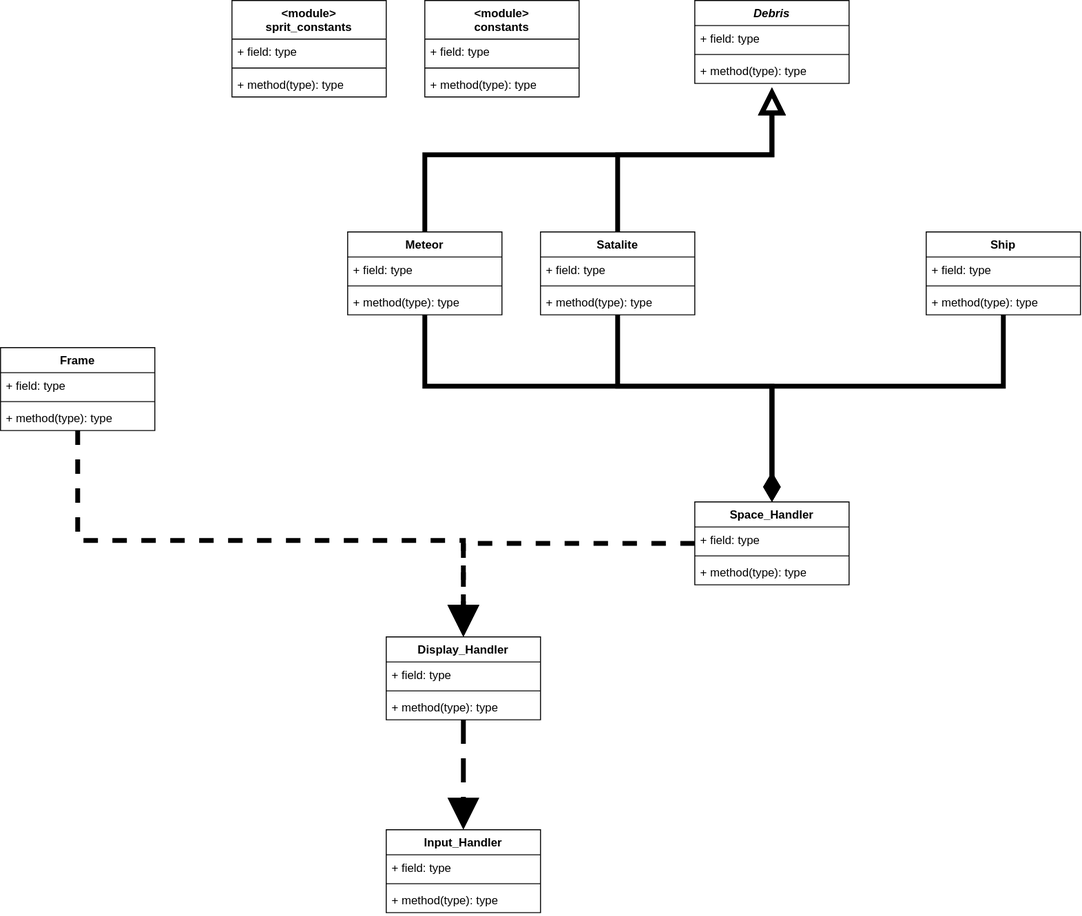
Before: UML.drawio.svg, a diagram exported from draw.io (CodyPassino/Space-Janitor). Source tidied: cells renumbered, new cells last; positions are measured from the earlier drawing's top-left corner, leaving out a move shared by most shapes.
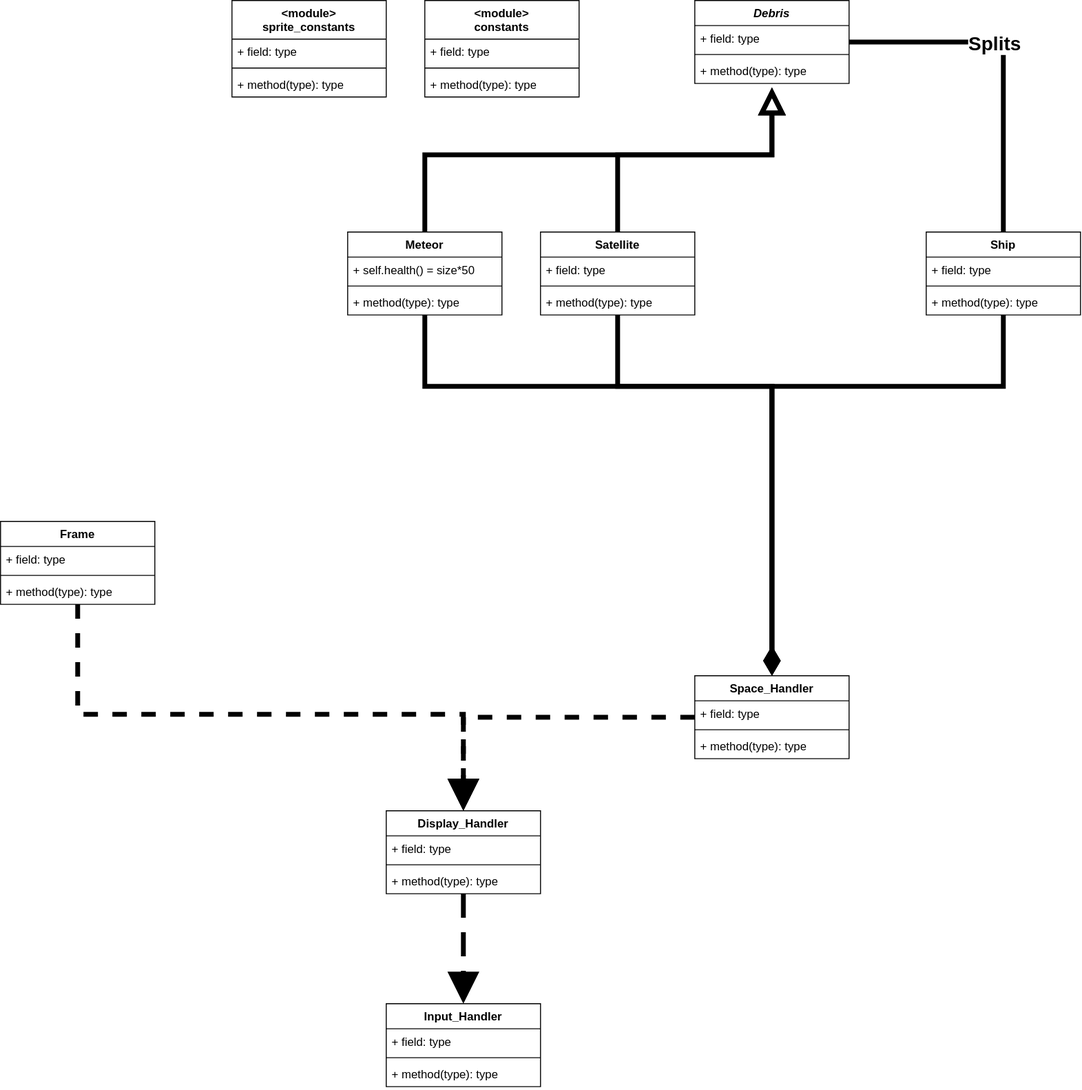
Above is the later version.

What changed in the source:
```diff
@@ -14,7 +14,7 @@
     <mxCell id="3" value="Meteor" style="swimlane;fontStyle=1;align=center;verticalAlign=top;horizontal=1;startSize=26;whiteSpace=wrap;html=1;" parent="1" vertex="1">
       <mxGeometry x="360" y="240" width="160" height="86" as="geometry" />
     </mxCell>
-    <mxCell id="4" value="+ field: type" style="text;strokeColor=none;fillColor=none;align=left;verticalAlign=top;spacingLeft=4;spacingRight=4;overflow=hidden;whiteSpace=wrap;html=1;" parent="3" vertex="1">
+    <mxCell id="4" value="+ self.health() = size*50" style="text;strokeColor=none;fillColor=none;align=left;verticalAlign=top;spacingLeft=4;spacingRight=4;overflow=hidden;whiteSpace=wrap;html=1;" parent="3" vertex="1">
       <mxGeometry y="26" width="160" height="26" as="geometry" />
     </mxCell>
     <mxCell id="5" style="line;strokeWidth=1;fillColor=none;align=left;verticalAlign=middle;spacingTop=-1;spacingLeft=3;spacingRight=3;labelPosition=right;strokeColor=inherit;labelPerimeter=1;" parent="3" vertex="1">
@@ -39,7 +39,7 @@
       <mxGeometry relative="1" as="geometry" />
     </mxCell>
     <mxCell id="12" value="Space_Handler" style="swimlane;fontStyle=1;align=center;verticalAlign=top;horizontal=1;startSize=26;whiteSpace=wrap;html=1;" parent="1" vertex="1">
-      <mxGeometry x="720" y="520" width="160" height="86" as="geometry" />
+      <mxGeometry x="720" y="700" width="160" height="86" as="geometry" />
     </mxCell>
     <mxCell id="13" value="+ field: type" style="text;strokeColor=none;fillColor=none;align=left;verticalAlign=top;spacingLeft=4;spacingRight=4;overflow=hidden;whiteSpace=wrap;html=1;" parent="12" vertex="1">
       <mxGeometry y="26" width="160" height="26" as="geometry" />
@@ -58,6 +58,18 @@
         </Array>
       </mxGeometry>
     </mxCell>
+    <mxCell id="50" style="edgeStyle=orthogonalEdgeStyle;html=1;entryX=1;entryY=0.5;entryDx=0;entryDy=0;rounded=0;strokeColor=default;strokeWidth=5;align=center;verticalAlign=middle;fontFamily=Helvetica;fontSize=11;fontColor=default;labelBackgroundColor=default;jumpStyle=none;jumpSize=6;startSize=0;endArrow=none;endFill=0;endSize=16;libavoidRouting=1;" parent="1" edge="1" source="17" target="7">
+      <mxGeometry relative="1" as="geometry">
+        <Array as="points">
+          <mxPoint x="1040" y="43" />
+        </Array>
+      </mxGeometry>
+    </mxCell>
+    <mxCell id="51" value="&lt;b&gt;&lt;font style=&quot;font-size: 20px;&quot;&gt;Splits&lt;/font&gt;&lt;/b&gt;" style="edgeLabel;html=1;align=center;verticalAlign=middle;inheritText=fontFamily,fontSize,fontStyle,textOpacity,labelBorderColor,labelBorderWidth,labelBackgroundColor,defaultLabelBackgroundColor,labelPadding;fontColor=light-dark(#000000,#FFFFFF);" parent="50" vertex="1">
+      <mxGeometry x="0.76" y="3" relative="1" as="geometry">
+        <mxPoint x="107" y="-3" as="offset" />
+      </mxGeometry>
+    </mxCell>
     <mxCell id="17" value="Ship" style="swimlane;fontStyle=1;align=center;verticalAlign=top;horizontal=1;startSize=26;whiteSpace=wrap;html=1;" parent="1" vertex="1">
       <mxGeometry x="960" y="240" width="160" height="86" as="geometry" />
     </mxCell>
@@ -79,7 +91,7 @@
         </Array>
       </mxGeometry>
     </mxCell>
-    <mxCell id="22" value="Satalite" style="swimlane;fontStyle=1;align=center;verticalAlign=top;horizontal=1;startSize=26;whiteSpace=wrap;html=1;" parent="1" vertex="1">
+    <mxCell id="22" value="Satellite" style="swimlane;fontStyle=1;align=center;verticalAlign=top;horizontal=1;startSize=26;whiteSpace=wrap;html=1;" parent="1" vertex="1">
       <mxGeometry x="560" y="240" width="160" height="86" as="geometry" />
     </mxCell>
     <mxCell id="23" value="+ field: type" style="text;strokeColor=none;fillColor=none;align=left;verticalAlign=top;spacingLeft=4;spacingRight=4;overflow=hidden;whiteSpace=wrap;html=1;" parent="22" vertex="1">
@@ -119,7 +131,7 @@
     <mxCell id="31" value="+ method(type): type" style="text;strokeColor=none;fillColor=none;align=left;verticalAlign=top;spacingLeft=4;spacingRight=4;overflow=hidden;whiteSpace=wrap;html=1;" parent="28" vertex="1">
       <mxGeometry y="74" width="160" height="26" as="geometry" />
     </mxCell>
-    <mxCell id="32" value="&lt;div&gt;&amp;lt;module&amp;gt;&lt;/div&gt;sprit_constants" style="swimlane;fontStyle=1;align=center;verticalAlign=top;horizontal=1;startSize=40;whiteSpace=wrap;html=1;" parent="1" vertex="1">
+    <mxCell id="32" value="&lt;div&gt;&amp;lt;module&amp;gt;&lt;/div&gt;sprite_constants" style="swimlane;fontStyle=1;align=center;verticalAlign=top;horizontal=1;startSize=40;whiteSpace=wrap;html=1;" parent="1" vertex="1">
       <mxGeometry x="240" width="160" height="100" as="geometry" />
     </mxCell>
     <mxCell id="33" value="+ field: type" style="text;strokeColor=none;fillColor=none;align=left;verticalAlign=top;spacingLeft=4;spacingRight=4;overflow=hidden;whiteSpace=wrap;html=1;" parent="32" vertex="1">
@@ -135,7 +147,7 @@
       <mxGeometry relative="1" as="geometry" />
     </mxCell>
     <mxCell id="37" value="Display_Handler" style="swimlane;fontStyle=1;align=center;verticalAlign=top;horizontal=1;startSize=26;whiteSpace=wrap;html=1;" parent="1" vertex="1">
-      <mxGeometry x="400" y="660" width="160" height="86" as="geometry" />
+      <mxGeometry x="400" y="840" width="160" height="86" as="geometry" />
     </mxCell>
     <mxCell id="38" value="+ field: type" style="text;strokeColor=none;fillColor=none;align=left;verticalAlign=top;spacingLeft=4;spacingRight=4;overflow=hidden;whiteSpace=wrap;html=1;" parent="37" vertex="1">
       <mxGeometry y="26" width="160" height="26" as="geometry" />
@@ -149,13 +161,13 @@
     <mxCell id="41" style="edgeStyle=orthogonalEdgeStyle;shape=connector;curved=0;rounded=0;jumpStyle=none;jumpSize=6;html=1;entryX=0.5;entryY=0;entryDx=0;entryDy=0;dashed=1;strokeColor=default;strokeWidth=5;align=center;verticalAlign=middle;fontFamily=Helvetica;fontSize=11;fontColor=default;labelBackgroundColor=default;startSize=0;endArrow=block;endFill=1;endSize=20;" parent="1" edge="1" source="42" target="37">
       <mxGeometry relative="1" as="geometry">
         <Array as="points">
-          <mxPoint x="80" y="560" />
-          <mxPoint x="480" y="560" />
+          <mxPoint x="80" y="740" />
+          <mxPoint x="480" y="740" />
         </Array>
       </mxGeometry>
     </mxCell>
     <mxCell id="42" value="Frame" style="swimlane;fontStyle=1;align=center;verticalAlign=top;horizontal=1;startSize=26;whiteSpace=wrap;html=1;" parent="1" vertex="1">
-      <mxGeometry y="360" width="160" height="86" as="geometry" />
+      <mxGeometry y="540" width="160" height="86" as="geometry" />
     </mxCell>
     <mxCell id="43" value="+ field: type" style="text;strokeColor=none;fillColor=none;align=left;verticalAlign=top;spacingLeft=4;spacingRight=4;overflow=hidden;whiteSpace=wrap;html=1;" parent="42" vertex="1">
       <mxGeometry y="26" width="160" height="26" as="geometry" />
@@ -167,7 +179,7 @@
       <mxGeometry y="60" width="160" height="26" as="geometry" />
     </mxCell>
     <mxCell id="46" value="Input_Handler" style="swimlane;fontStyle=1;align=center;verticalAlign=top;horizontal=1;startSize=26;whiteSpace=wrap;html=1;" parent="1" vertex="1">
-      <mxGeometry x="400" y="860" width="160" height="86" as="geometry" />
+      <mxGeometry x="400" y="1040" width="160" height="86" as="geometry" />
     </mxCell>
     <mxCell id="47" value="+ field: type" style="text;strokeColor=none;fillColor=none;align=left;verticalAlign=top;spacingLeft=4;spacingRight=4;overflow=hidden;whiteSpace=wrap;html=1;" parent="46" vertex="1">
       <mxGeometry y="26" width="160" height="26" as="geometry" />
```
